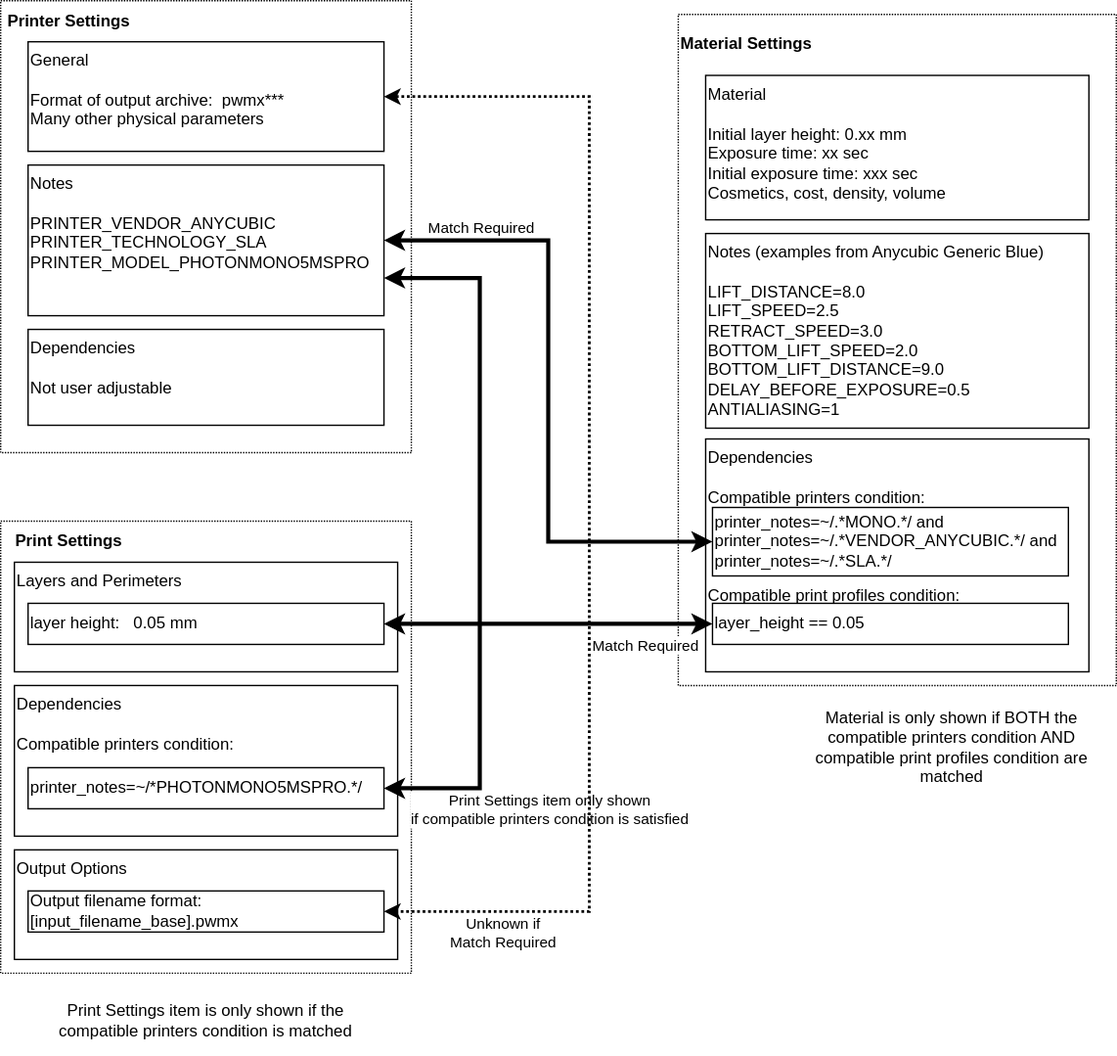
Above: prusaSlicer_objects.svg in dbcook/anycubic-sla-printers (draw.io), before the change. Source tidied: cells renumbered, new cells last; positions are measured from the earlier drawing's top-left corner, leaving out a move shared by most shapes.
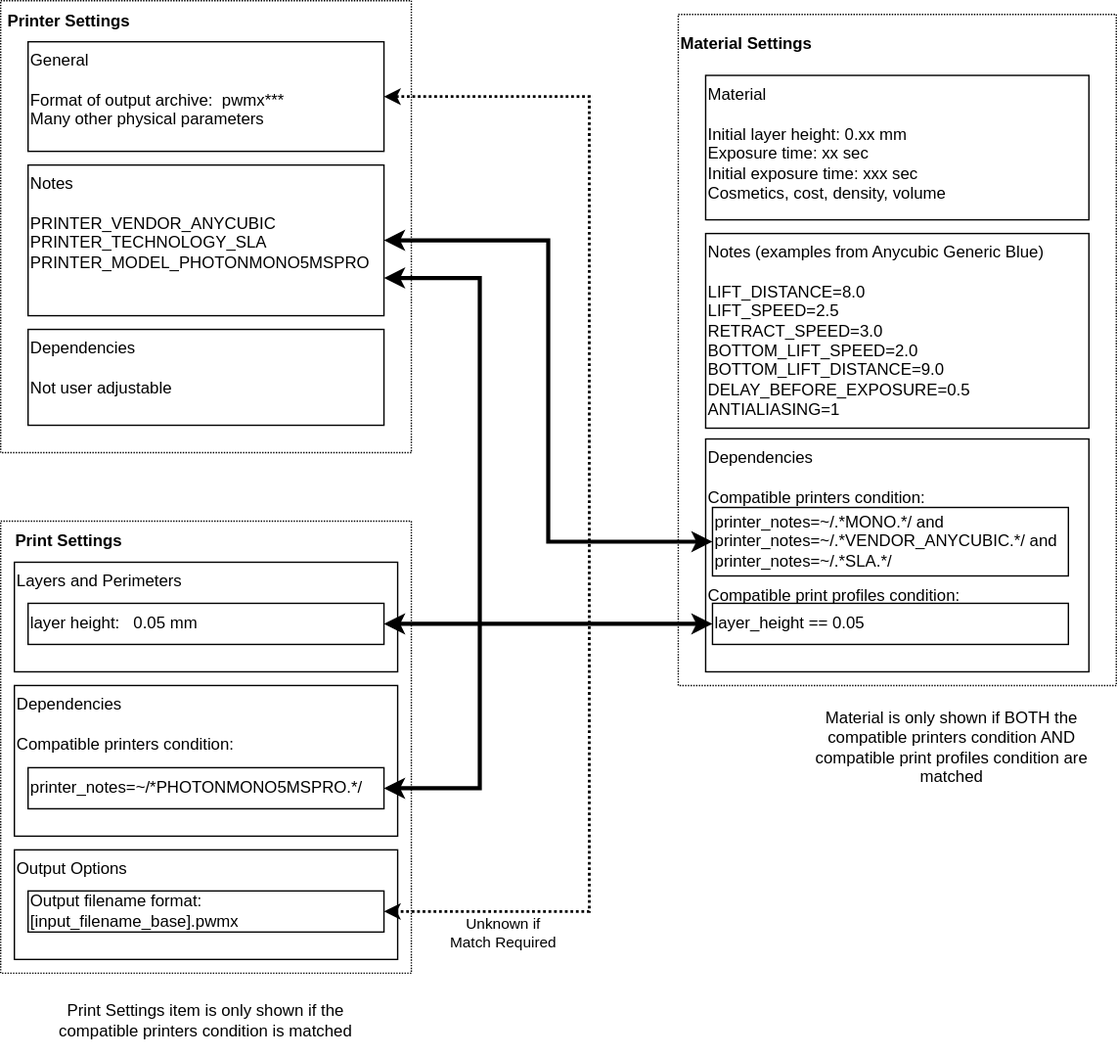
After the change.

Commit message:
README: update prusaSlicer objects diagram

The edit, as a diff of the source:
```diff
@@ -47,11 +47,6 @@
     <mxCell id="16" style="edgeStyle=orthogonalEdgeStyle;rounded=0;jettySize=auto;html=1;exitX=1;exitY=0.5;exitDx=0;exitDy=0;entryX=0;entryY=0.5;entryDx=0;entryDy=0;endArrow=classic;endFill=1;startArrow=classic;startFill=1;strokeWidth=3;" parent="1" edge="1" source="5" target="14">
       <mxGeometry relative="1" as="geometry" />
     </mxCell>
-    <mxCell id="17" value="Match Required" style="edgeLabel;html=1;align=center;verticalAlign=middle;" parent="16" vertex="1">
-      <mxGeometry x="0.02" y="3" relative="1" as="geometry">
-        <mxPoint x="-53" y="-125" as="offset" />
-      </mxGeometry>
-    </mxCell>
     <mxCell id="18" style="group;" parent="1" vertex="1">
       <mxGeometry y="380" width="300" height="330" as="geometry" />
     </mxCell>
@@ -87,19 +82,9 @@
         </Array>
       </mxGeometry>
     </mxCell>
-    <mxCell id="28" value="Print Settings item only shown&lt;br&gt;if compatible printers condition is satisfied" style="edgeLabel;html=1;align=center;verticalAlign=middle;" parent="27" vertex="1">
-      <mxGeometry x="0.45" y="1" relative="1" as="geometry">
-        <mxPoint x="49" y="85" as="offset" />
-      </mxGeometry>
-    </mxCell>
     <mxCell id="29" style="edgeStyle=orthogonalEdgeStyle;rounded=0;jettySize=auto;html=1;exitX=0;exitY=0.5;exitDx=0;exitDy=0;entryX=1;entryY=0.5;entryDx=0;entryDy=0;endArrow=classic;endFill=1;startArrow=classic;startFill=1;strokeWidth=3;" parent="1" edge="1" source="15" target="24">
       <mxGeometry relative="1" as="geometry" />
     </mxCell>
-    <mxCell id="30" value="Match Required" style="edgeLabel;html=1;align=center;verticalAlign=middle;" parent="29" vertex="1">
-      <mxGeometry x="0.16" y="-3" relative="1" as="geometry">
-        <mxPoint x="89" y="18" as="offset" />
-      </mxGeometry>
-    </mxCell>
     <mxCell id="31" style="edgeStyle=orthogonalEdgeStyle;rounded=0;jettySize=auto;html=1;exitX=1;exitY=0.5;exitDx=0;exitDy=0;entryX=1;entryY=0.5;entryDx=0;entryDy=0;strokeWidth=2;dashed=1;dashPattern=1 1;startArrow=classic;startFill=1;" parent="1" edge="1" source="26" target="7">
       <mxGeometry relative="1" as="geometry">
         <Array as="points">
```
